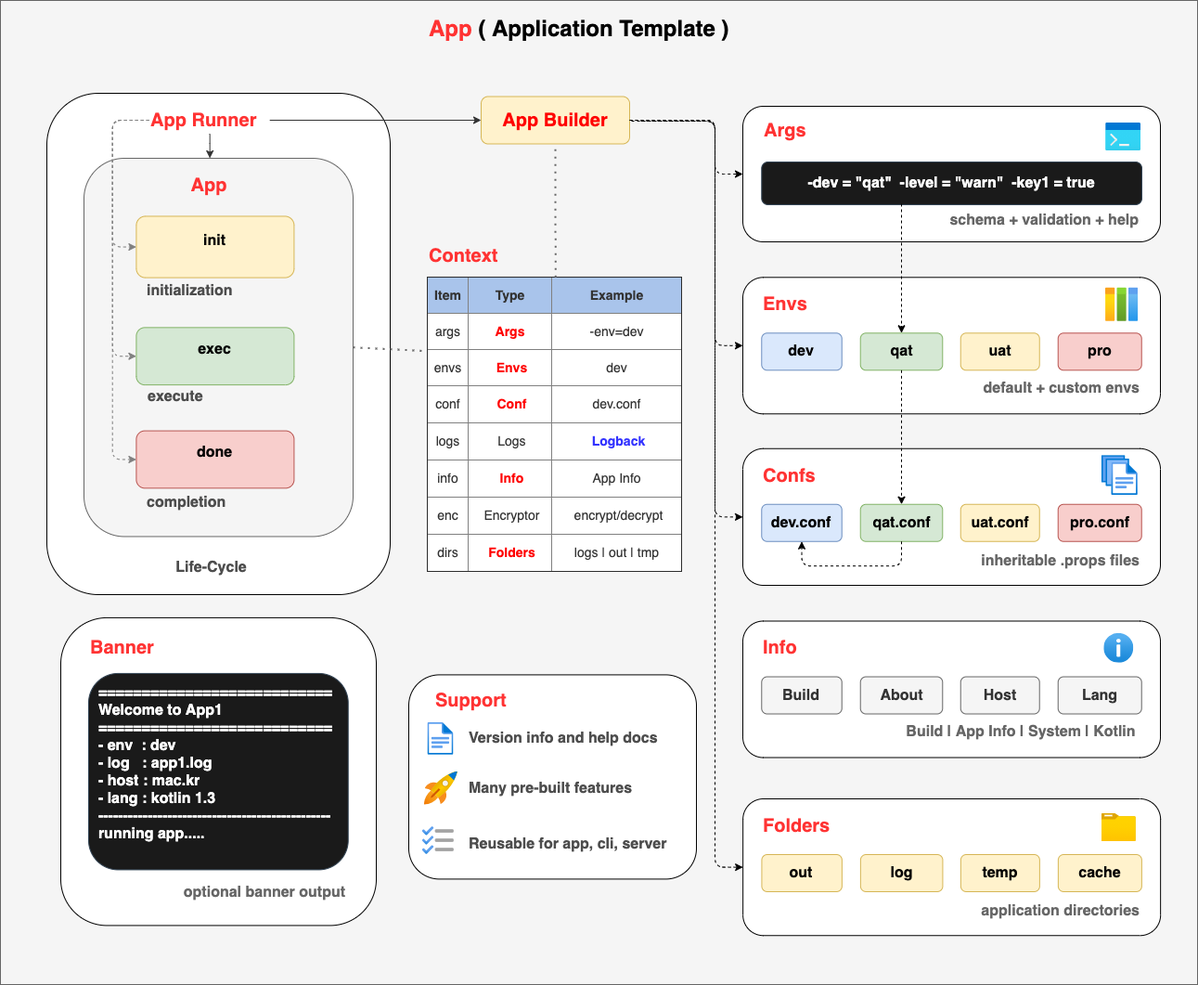
Earlier version of the draw.io export assets/app/media/arch/slatekit-app.png (slatekit/kiit-site). Source tidied: cells renumbered, new cells last; positions are measured from the earlier drawing's top-left corner, leaving out a move shared by most shapes.
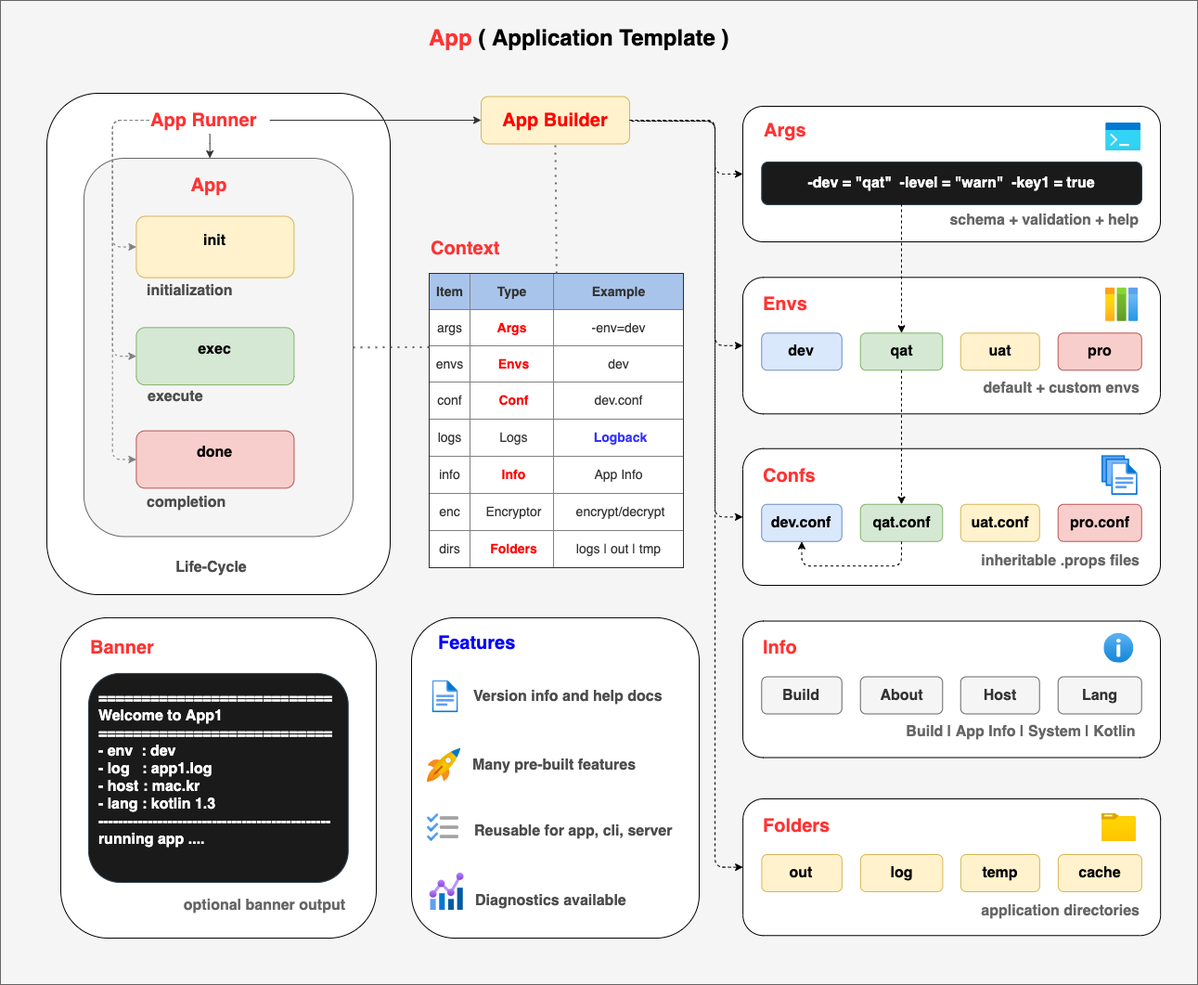
Above is the later version.

What changed in the source:
```diff
@@ -12,7 +12,7 @@
       <mxGeometry x="160.2" y="114" width="130" height="30" as="geometry" />
     </mxCell>
     <mxCell id="5" value="&lt;font style=&quot;font-size: 24px&quot;&gt;&lt;b&gt;&lt;font color=&quot;#ff3333&quot; style=&quot;font-size: 24px&quot;&gt;App&lt;/font&gt;&lt;font color=&quot;#3333ff&quot; style=&quot;font-size: 24px&quot;&gt;&amp;nbsp;&lt;/font&gt;( Application Template )&lt;/b&gt;&lt;/font&gt;" style="text;html=1;strokeColor=none;fillColor=none;align=left;verticalAlign=middle;whiteSpace=wrap;rounded=0;" parent="1" vertex="1">
-      <mxGeometry x="460" y="20" width="370" height="20" as="geometry" />
+      <mxGeometry x="460" y="30" width="370" height="20" as="geometry" />
     </mxCell>
     <mxCell id="6" style="rounded=1;whiteSpace=wrap;html=1;glass=0;align=left;fillColor=#f5f5f5;strokeColor=#666666;fontColor=#333333;" parent="1" vertex="1">
       <mxGeometry x="90" y="170" width="290" height="407.5" as="geometry" />
@@ -70,7 +70,7 @@
       <mxGeometry relative="1" as="geometry" />
     </mxCell>
     <mxCell id="20" value="&lt;table border=&quot;1&quot; width=&quot;100%&quot; style=&quot;width: 100% ; height: 100% ; border-collapse: collapse ; font-size: 14px ; background-color: rgb(255 , 255 , 255)&quot;&gt;&lt;tbody style=&quot;font-size: 14px&quot;&gt;&lt;tr style=&quot;font-size: 14px&quot;&gt;&lt;td align=&quot;center&quot; style=&quot;font-size: 14px ; background-color: rgb(169 , 196 , 235)&quot;&gt;&lt;b style=&quot;font-size: 14px&quot;&gt;Item&lt;/b&gt;&lt;/td&gt;&lt;td style=&quot;text-align: center ; background-color: rgb(169 , 196 , 235)&quot;&gt;&lt;b&gt;Type&lt;/b&gt;&lt;br&gt;&lt;/td&gt;&lt;td align=&quot;center&quot; style=&quot;font-size: 14px ; background-color: rgb(169 , 196 , 235)&quot;&gt;&lt;b style=&quot;font-size: 14px&quot;&gt;Example&lt;/b&gt;&lt;/td&gt;&lt;/tr&gt;&lt;tr style=&quot;font-size: 14px&quot;&gt;&lt;td align=&quot;center&quot; style=&quot;font-size: 14px&quot;&gt;args&lt;/td&gt;&lt;td style=&quot;text-align: center&quot;&gt;&lt;b&gt;&lt;font color=&quot;#ff0000&quot;&gt;Args&lt;/font&gt;&lt;/b&gt;&lt;/td&gt;&lt;td align=&quot;center&quot; style=&quot;font-size: 14px&quot;&gt;-env=dev&lt;/td&gt;&lt;/tr&gt;&lt;tr style=&quot;font-size: 14px&quot;&gt;&lt;td align=&quot;center&quot; style=&quot;font-size: 14px&quot;&gt;envs&lt;br style=&quot;font-size: 14px&quot;&gt;&lt;/td&gt;&lt;td style=&quot;text-align: center&quot;&gt;&amp;nbsp;&lt;font color=&quot;#ff0000&quot;&gt;&lt;b&gt;Envs&lt;/b&gt;&lt;/font&gt;&lt;/td&gt;&lt;td align=&quot;center&quot; style=&quot;font-size: 14px&quot;&gt;dev&lt;/td&gt;&lt;/tr&gt;&lt;tr style=&quot;font-size: 14px&quot;&gt;&lt;td style=&quot;text-align: center ; font-size: 14px&quot;&gt;conf&lt;/td&gt;&lt;td style=&quot;text-align: center&quot;&gt;&amp;nbsp;&lt;font color=&quot;#ff0000&quot;&gt;&lt;b&gt;Conf&lt;/b&gt;&lt;/font&gt;&lt;/td&gt;&lt;td style=&quot;text-align: center ; font-size: 14px&quot;&gt;dev.conf&lt;/td&gt;&lt;/tr&gt;&lt;tr style=&quot;font-size: 14px&quot;&gt;&lt;td style=&quot;text-align: center ; font-size: 14px&quot;&gt;logs&lt;/td&gt;&lt;td style=&quot;text-align: center&quot;&gt;&amp;nbsp;Logs&lt;/td&gt;&lt;td style=&quot;text-align: center ; font-size: 14px&quot;&gt;&amp;nbsp;&lt;b&gt;&lt;font color=&quot;#3333ff&quot;&gt;Logback&lt;/font&gt;&lt;/b&gt;&lt;/td&gt;&lt;/tr&gt;&lt;tr style=&quot;font-size: 14px&quot;&gt;&lt;td style=&quot;text-align: center ; font-size: 14px&quot;&gt;info&lt;/td&gt;&lt;td style=&quot;text-align: center&quot;&gt;&amp;nbsp;&lt;b&gt;&lt;font color=&quot;#ff0000&quot;&gt;Info&lt;/font&gt;&lt;/b&gt;&lt;/td&gt;&lt;td style=&quot;text-align: center ; font-size: 14px&quot;&gt;App Info&lt;/td&gt;&lt;/tr&gt;&lt;tr style=&quot;font-size: 14px&quot;&gt;&lt;td style=&quot;text-align: center ; font-size: 14px&quot;&gt;enc&lt;/td&gt;&lt;td style=&quot;text-align: center&quot;&gt;&amp;nbsp;Encryptor&lt;/td&gt;&lt;td style=&quot;text-align: center ; font-size: 14px&quot;&gt;&amp;nbsp;encrypt/decrypt&lt;/td&gt;&lt;/tr&gt;&lt;tr&gt;&lt;td style=&quot;text-align: center&quot;&gt;dirs&lt;/td&gt;&lt;td style=&quot;text-align: center&quot;&gt;&amp;nbsp;&lt;b&gt;&lt;font color=&quot;#ff0000&quot;&gt;Folders&lt;/font&gt;&lt;/b&gt;&lt;/td&gt;&lt;td style=&quot;text-align: center&quot;&gt;logs | out | tmp&lt;/td&gt;&lt;/tr&gt;&lt;/tbody&gt;&lt;/table&gt;" style="text;html=1;strokeColor=none;fillColor=none;overflow=fill;rounded=0;glass=0;align=left;fontColor=#333333;fontSize=14;" parent="1" vertex="1">
-      <mxGeometry x="460.5" y="298.3" width="275.4" height="317.7" as="geometry" />
+      <mxGeometry x="461.6" y="294" width="275.4" height="317.7" as="geometry" />
     </mxCell>
     <mxCell id="21" style="endArrow=none;dashed=1;html=1;dashPattern=1 3;strokeWidth=2;fontColor=#4D4D4D;entryX=0.5;entryY=1;entryDx=0;entryDy=0;exitX=0.5;exitY=0;exitDx=0;exitDy=0;strokeColor=#666666;" parent="1" edge="1" source="20" target="28">
       <mxGeometry relative="1" as="geometry" />
@@ -79,19 +79,19 @@
       <mxGeometry x="85.7" y="596.1" width="282.5" height="30" as="geometry" />
     </mxCell>
     <mxCell id="23" style="rounded=1;whiteSpace=wrap;html=1;glass=0;strokeWidth=1;fontSize=14;align=left;" parent="1" vertex="1">
-      <mxGeometry x="440" y="726.4" width="310" height="220" as="geometry" />
+      <mxGeometry x="443" y="664.9" width="310" height="345.1" as="geometry" />
     </mxCell>
-    <mxCell id="24" value="&lt;div&gt;&lt;b style=&quot;color: rgb(255 , 51 , 51)&quot;&gt;&lt;span style=&quot;font-size: 20px&quot;&gt;Support&lt;/span&gt;&lt;/b&gt;&lt;/div&gt;" style="text;html=1;strokeColor=none;fillColor=none;align=left;verticalAlign=middle;whiteSpace=wrap;rounded=0;" parent="1" vertex="1">
-      <mxGeometry x="466.6" y="738.5" width="130" height="30" as="geometry" />
+    <mxCell id="24" value="&lt;div&gt;&lt;b&gt;&lt;span style=&quot;font-size: 20px&quot;&gt;Features&lt;/span&gt;&lt;/b&gt;&lt;/div&gt;" style="text;html=1;strokeColor=none;fillColor=none;align=left;verticalAlign=middle;whiteSpace=wrap;rounded=0;fontColor=#0000FF;" parent="1" vertex="1">
+      <mxGeometry x="469.6" y="677" width="130" height="30" as="geometry" />
     </mxCell>
     <mxCell id="25" value="&lt;font style=&quot;font-size: 16px&quot;&gt;&lt;b&gt;Version info and help docs&lt;/b&gt;&lt;/font&gt;" style="text;html=1;strokeColor=none;fillColor=none;align=left;verticalAlign=middle;whiteSpace=wrap;rounded=0;fontColor=#4D4D4D;" parent="1" vertex="1">
-      <mxGeometry x="503" y="785.4" width="216.9" height="20" as="geometry" />
+      <mxGeometry x="508.2" y="739.9" width="216.9" height="20" as="geometry" />
     </mxCell>
     <mxCell id="26" value="&lt;span style=&quot;font-size: 16px&quot;&gt;&lt;b&gt;Reusable for app, cli, server&lt;/b&gt;&lt;/span&gt;" style="text;html=1;strokeColor=none;fillColor=none;align=left;verticalAlign=middle;whiteSpace=wrap;rounded=0;fontColor=#4D4D4D;" parent="1" vertex="1">
-      <mxGeometry x="503.5" y="899.1" width="216.5" height="20" as="geometry" />
+      <mxGeometry x="508.6" y="885.1" width="216.5" height="20" as="geometry" />
     </mxCell>
     <mxCell id="27" value="&lt;div&gt;&lt;b style=&quot;color: rgb(255 , 51 , 51)&quot;&gt;&lt;font style=&quot;font-size: 20px&quot;&gt;Context&lt;/font&gt;&lt;/b&gt;&lt;/div&gt;" style="text;html=1;strokeColor=none;fillColor=none;align=left;verticalAlign=middle;whiteSpace=wrap;rounded=0;" parent="1" vertex="1">
-      <mxGeometry x="460.1" y="260" width="130" height="30" as="geometry" />
+      <mxGeometry x="462" y="252" width="130" height="30" as="geometry" />
     </mxCell>
     <mxCell id="28" value="&lt;b&gt;&lt;font style=&quot;font-size: 20px&quot; color=&quot;#ff0000&quot;&gt;App Builder&lt;/font&gt;&lt;/b&gt;" style="rounded=1;whiteSpace=wrap;html=1;fillColor=#fff2cc;strokeColor=#d6b656;" parent="1" vertex="1">
       <mxGeometry x="518" y="103.5" width="160" height="51" as="geometry" />
@@ -169,7 +169,7 @@
       </mxGeometry>
     </mxCell>
     <mxCell id="51" style="html=1;align=center;image;fontSize=12;image=img/lib/azure2/general/File.svg;fillColor=#1A1A1A;" parent="1" vertex="1">
-      <mxGeometry x="460.5" y="777.9" width="28.4" height="35" as="geometry" />
+      <mxGeometry x="465.6" y="732.4" width="28.4" height="35" as="geometry" />
     </mxCell>
     <mxCell id="52" value="&lt;div&gt;&lt;b style=&quot;font-size: 16px&quot;&gt;schema + validation + help&lt;/b&gt;&lt;/div&gt;" style="text;html=1;strokeColor=none;fillColor=none;align=right;verticalAlign=middle;whiteSpace=wrap;rounded=0;fontColor=#666666;" parent="1" vertex="1">
       <mxGeometry x="960" y="222" width="269.4" height="30" as="geometry" />
@@ -250,31 +250,37 @@
       <mxGeometry x="950" y="773.1" width="280" height="30" as="geometry" />
     </mxCell>
     <mxCell id="72" style="rounded=1;whiteSpace=wrap;html=1;glass=0;align=left;" parent="1" vertex="1">
-      <mxGeometry x="65" y="664.9" width="340" height="331.5" as="geometry" />
+      <mxGeometry x="65" y="664.9" width="340" height="345.1" as="geometry" />
     </mxCell>
-    <mxCell id="73" value="&lt;b&gt;&lt;font style=&quot;font-size: 16px&quot;&gt;&amp;nbsp; ===========================&lt;br&gt;&amp;nbsp; Welcome to App1&lt;br&gt;&amp;nbsp;&amp;nbsp;&lt;/font&gt;&lt;/b&gt;&lt;b&gt;&lt;font style=&quot;font-size: 16px&quot;&gt;===========================&lt;br&gt;&lt;/font&gt;&lt;/b&gt;&lt;b&gt;&lt;font style=&quot;font-size: 16px&quot;&gt;&amp;nbsp; - env&amp;nbsp; : dev&amp;nbsp;&lt;br&gt;&amp;nbsp; - log&amp;nbsp; &amp;nbsp;: app1.log&lt;br&gt;&amp;nbsp; - host : mac.kr&lt;br&gt;&amp;nbsp; - lang : kotlin 1.3&lt;br&gt;&amp;nbsp; -----------------------------------------------&lt;br&gt;&amp;nbsp; running app.....&lt;br&gt;&amp;nbsp;&amp;nbsp;&lt;br&gt;&lt;/font&gt;&lt;/b&gt;" style="rounded=1;whiteSpace=wrap;html=1;strokeColor=#314354;fontColor=#ffffff;fillColor=#1A1A1A;align=left;" parent="1" vertex="1">
-      <mxGeometry x="95" y="724.9" width="279.7" height="211.5" as="geometry" />
+    <mxCell id="73" value="&lt;b&gt;&lt;font style=&quot;font-size: 16px&quot;&gt;&amp;nbsp; ===========================&lt;br&gt;&amp;nbsp; Welcome to App1&lt;br&gt;&amp;nbsp;&amp;nbsp;&lt;/font&gt;&lt;/b&gt;&lt;b&gt;&lt;font style=&quot;font-size: 16px&quot;&gt;===========================&lt;br&gt;&lt;/font&gt;&lt;/b&gt;&lt;b&gt;&lt;font style=&quot;font-size: 16px&quot;&gt;&amp;nbsp; - env&amp;nbsp; : dev&amp;nbsp;&lt;br&gt;&amp;nbsp; - log&amp;nbsp; &amp;nbsp;: app1.log&lt;br&gt;&amp;nbsp; - host : mac.kr&lt;br&gt;&amp;nbsp; - lang : kotlin 1.3&lt;br&gt;&amp;nbsp; -----------------------------------------------&lt;br&gt;&amp;nbsp; running app ....&lt;br&gt;&amp;nbsp;&amp;nbsp;&lt;br&gt;&lt;/font&gt;&lt;/b&gt;" style="rounded=1;whiteSpace=wrap;html=1;strokeColor=#314354;fontColor=#ffffff;fillColor=#1A1A1A;align=left;" parent="1" vertex="1">
+      <mxGeometry x="95" y="724.9" width="279.7" height="225.1" as="geometry" />
     </mxCell>
     <mxCell id="74" value="&lt;div&gt;&lt;b style=&quot;color: rgb(255 , 51 , 51)&quot;&gt;&lt;font style=&quot;font-size: 20px&quot;&gt;Banner&lt;/font&gt;&lt;/b&gt;&lt;/div&gt;" style="text;html=1;strokeColor=none;fillColor=none;align=left;verticalAlign=middle;whiteSpace=wrap;rounded=0;" parent="1" vertex="1">
       <mxGeometry x="95" y="681.7" width="123.2" height="30" as="geometry" />
     </mxCell>
     <mxCell id="75" value="&lt;span style=&quot;font-size: 16px&quot;&gt;&lt;b&gt;optional banner output&lt;/b&gt;&lt;/span&gt;" style="text;html=1;strokeColor=none;fillColor=none;align=right;verticalAlign=middle;whiteSpace=wrap;rounded=0;fontColor=#666666;" parent="1" vertex="1">
-      <mxGeometry x="105.3" y="946.4" width="269.4" height="30" as="geometry" />
+      <mxGeometry x="105.3" y="960" width="269.4" height="30" as="geometry" />
     </mxCell>
     <mxCell id="76" style="html=1;align=center;image;fontSize=12;image=img/lib/azure2/general/Information.svg;" parent="1" vertex="1">
       <mxGeometry x="1189.3" y="681.8" width="32" height="32" as="geometry" />
     </mxCell>
     <mxCell id="77" style="html=1;align=center;image;fontSize=12;image=img/lib/azure2/general/Backlog.svg;fillColor=#1A1A1A;" parent="1" vertex="1">
-      <mxGeometry x="454.9" y="890" width="34" height="30" as="geometry" />
+      <mxGeometry x="460" y="876" width="34" height="30" as="geometry" />
     </mxCell>
     <mxCell id="78" value="&lt;span style=&quot;font-size: 16px&quot;&gt;&lt;b&gt;Many pre-built features&lt;/b&gt;&lt;/span&gt;" style="text;html=1;strokeColor=none;fillColor=none;align=left;verticalAlign=middle;whiteSpace=wrap;rounded=0;fontColor=#4D4D4D;" parent="1" vertex="1">
-      <mxGeometry x="503.5" y="838.5" width="216.9" height="20" as="geometry" />
+      <mxGeometry x="506.6" y="813.8" width="216.9" height="20" as="geometry" />
     </mxCell>
     <mxCell id="79" style="html=1;align=center;image;fontSize=12;image=img/lib/azure2/general/Files.svg;fillColor=#1A1A1A;" parent="1" vertex="1">
       <mxGeometry x="1186.8" y="490.1" width="39.3" height="43" as="geometry" />
     </mxCell>
     <mxCell id="80" style="html=1;align=center;image;fontSize=12;image=img/lib/azure2/general/Quickstart_Center.svg;fillColor=#1A1A1A;" parent="1" vertex="1">
-      <mxGeometry x="456.8" y="830.7" width="35.7" height="35.7" as="geometry" />
+      <mxGeometry x="460" y="806" width="35.7" height="35.7" as="geometry" />
     </mxCell>
+    <mxCell id="81" style="html=1;align=center;image;fontSize=12;image=img/lib/azure2/management_governance/Metrics.svg;" parent="1" vertex="1">
+      <mxGeometry x="462.6" y="940" width="36.9" height="40" as="geometry" />
+    </mxCell>
+    <mxCell id="82" value="&lt;span style=&quot;font-size: 16px&quot;&gt;&lt;b&gt;Diagnostics available&lt;/b&gt;&lt;/span&gt;" style="text;html=1;strokeColor=none;fillColor=none;align=left;verticalAlign=middle;whiteSpace=wrap;rounded=0;fontColor=#4D4D4D;" parent="1" vertex="1">
+      <mxGeometry x="509.6" y="960" width="216.5" height="20" as="geometry" />
+    </mxCell>
   </root>
 </mxGraphModel>
```
